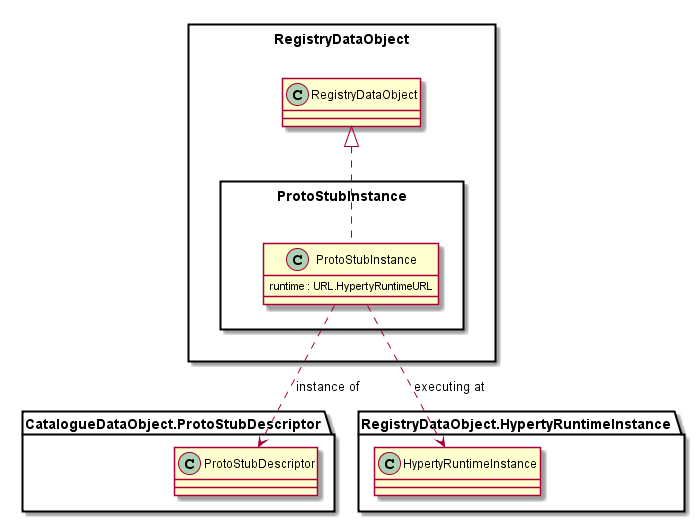
The PlantUML diagram docs/datamodel/core/hyperty-registry/Protostub-Instance-Data-Object-Model.png in reTHINK-project/dev-service-framework, before a commit.
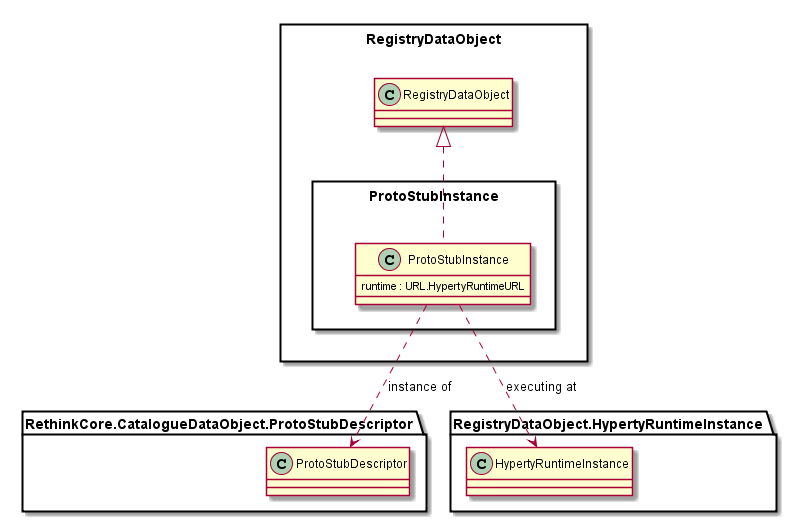
Above is the later version.

Change to the diagram source:
```diff
@@ -9,7 +9,7 @@
 		}
 
 		ProtoStubInstance .up.|> RegistryDataObject.RegistryDataObject
-		ProtoStubInstance ..> CatalogueDataObject.ProtoStubDescriptor.ProtoStubDescriptor : instance of
+		ProtoStubInstance ..> RethinkCore.CatalogueDataObject.ProtoStubDescriptor.ProtoStubDescriptor : instance of
 		ProtoStubInstance ..> RegistryDataObject.HypertyRuntimeInstance.HypertyRuntimeInstance : executing at
 	}
 }
```
